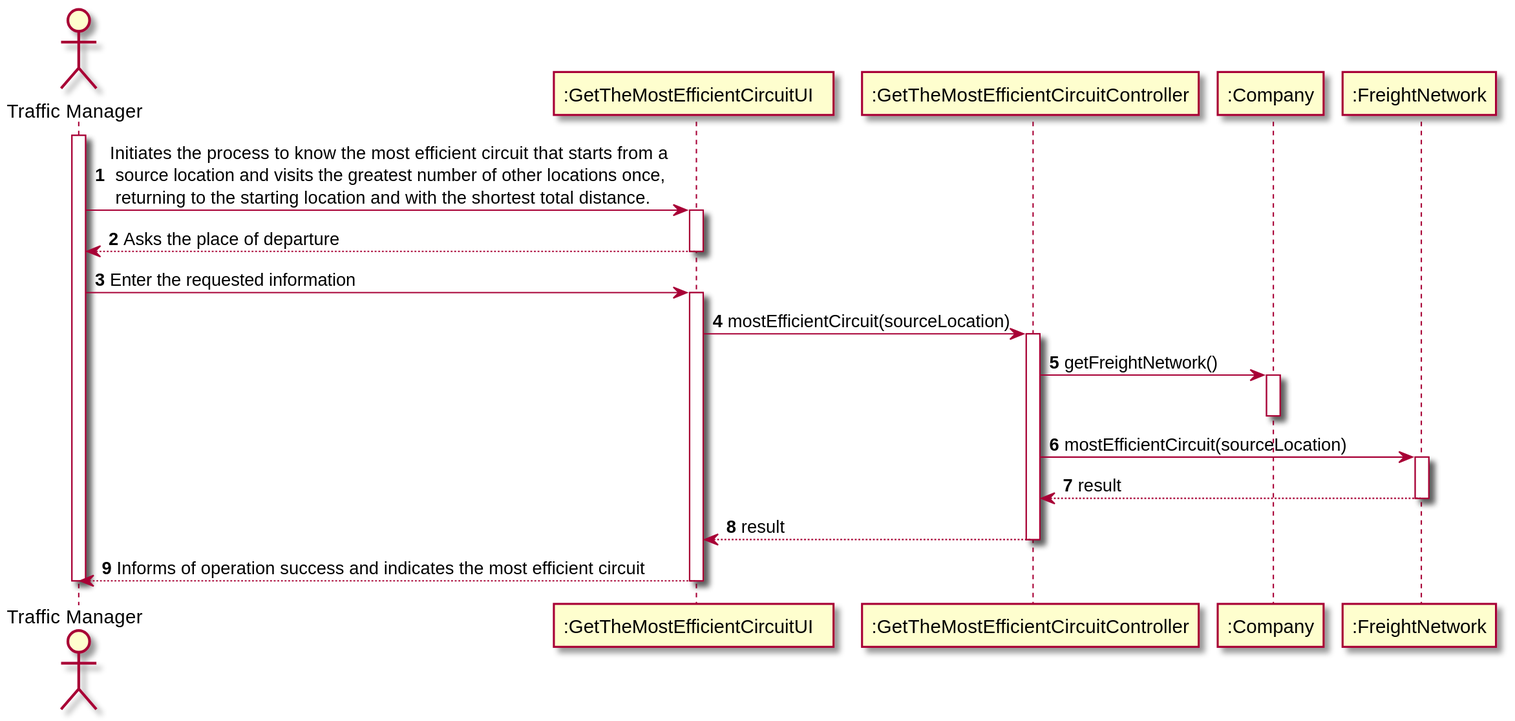
Above: docs/US403/US403_SD.svg in 0franciscor/lapr3-2021-g042 (PlantUML), before the change.
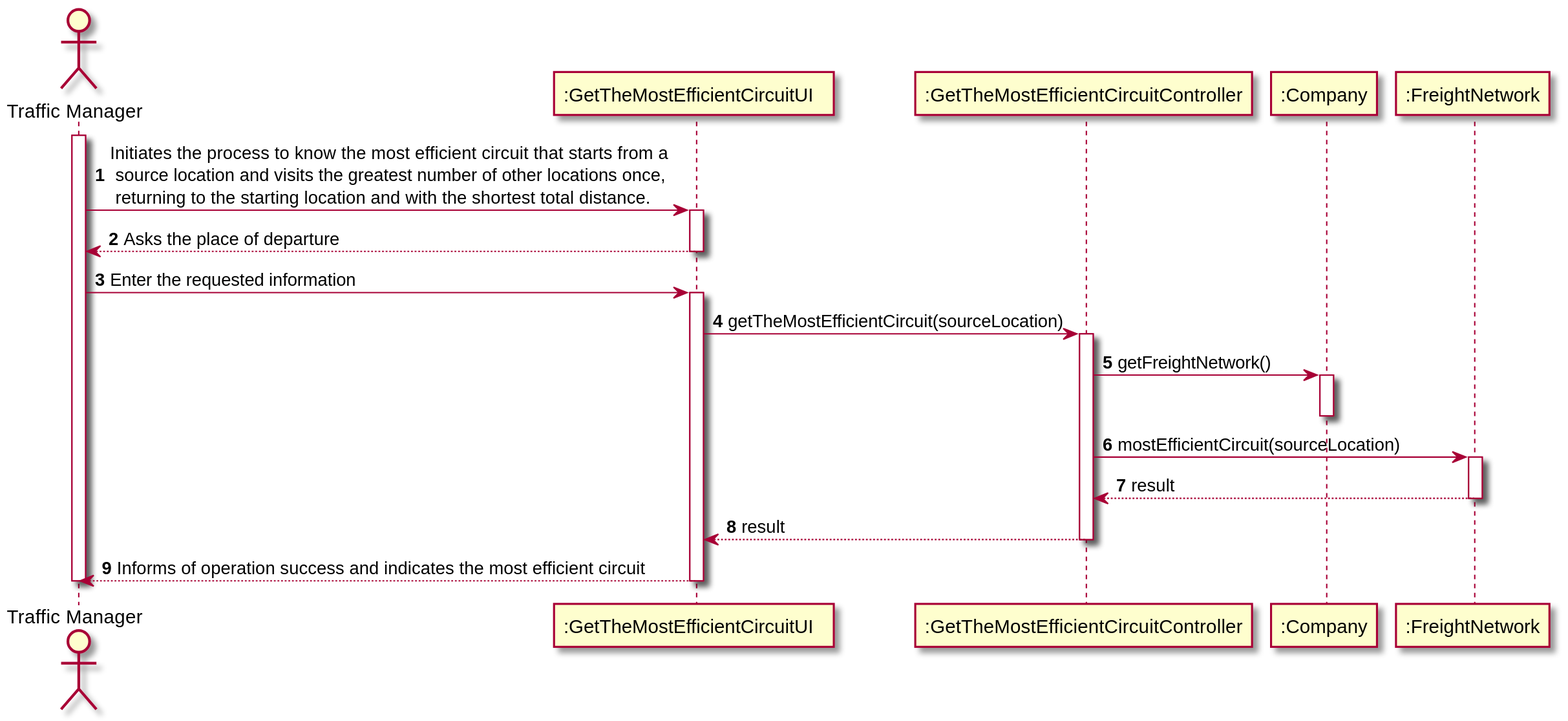
Later version of the same file.

Diff of the diagram source:
```diff
@@ -17,7 +17,7 @@
 
 TM -> UI : Enter the requested information
 activate UI
-UI -> CTRL : mostEfficientCircuit(sourceLocation)
+UI -> CTRL :  getTheMostEfficientCircuit(sourceLocation)
 activate CTRL
 CTRL -> CMP : getFreightNetwork()
 activate CMP
```
